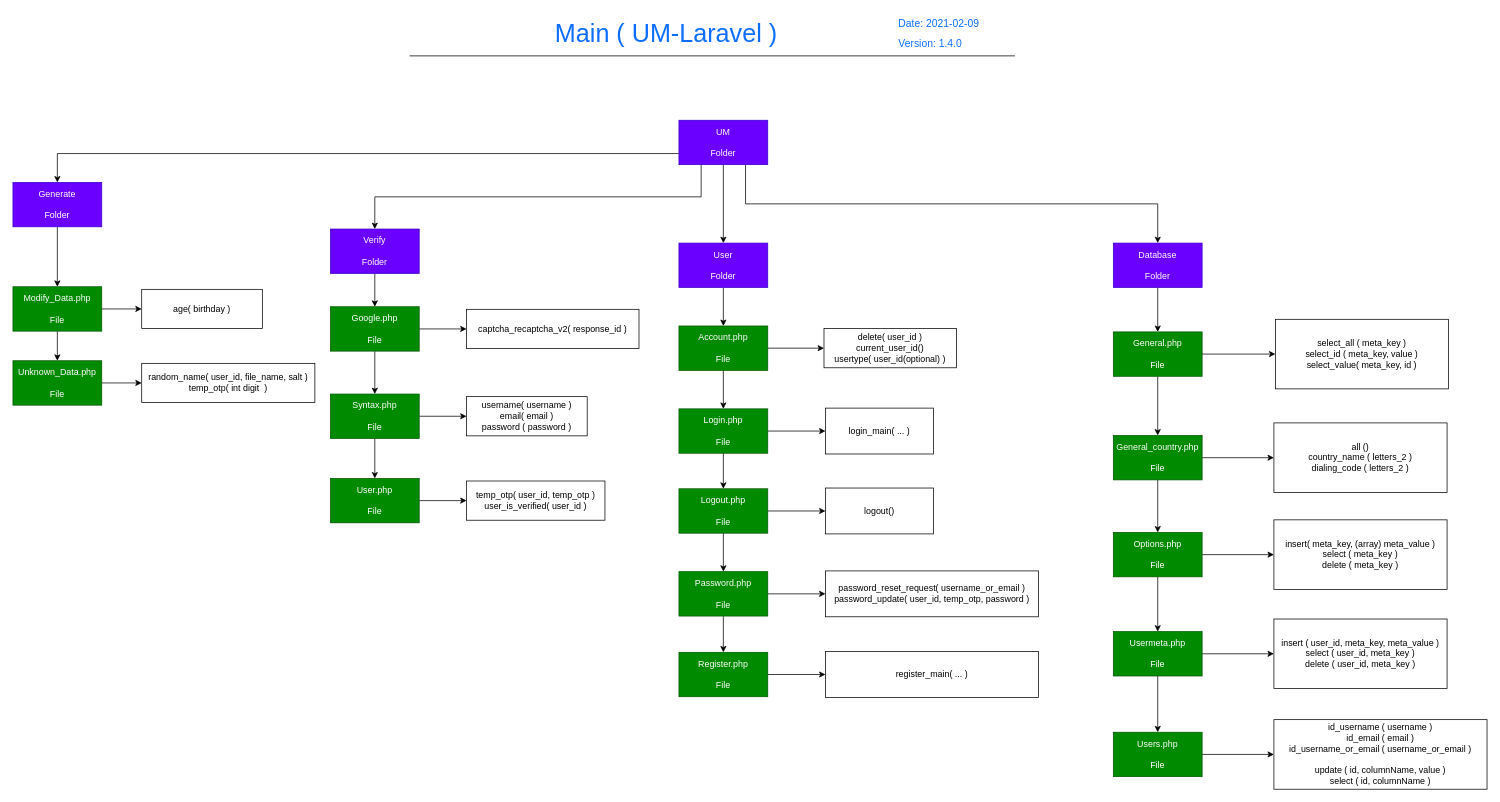
Above: page "Main" (1 of 2) of Docs/main.drawio in imithu/UM-Laravel (draw.io), before the change. Source tidied: cells renumbered, new cells numbered last; positions are measured from the earlier drawing's top-left corner, leaving out a move shared by most shapes. Both pictures are drawn from the tidied source at 74%, with x=0, y=0 at pixel (13, 13).
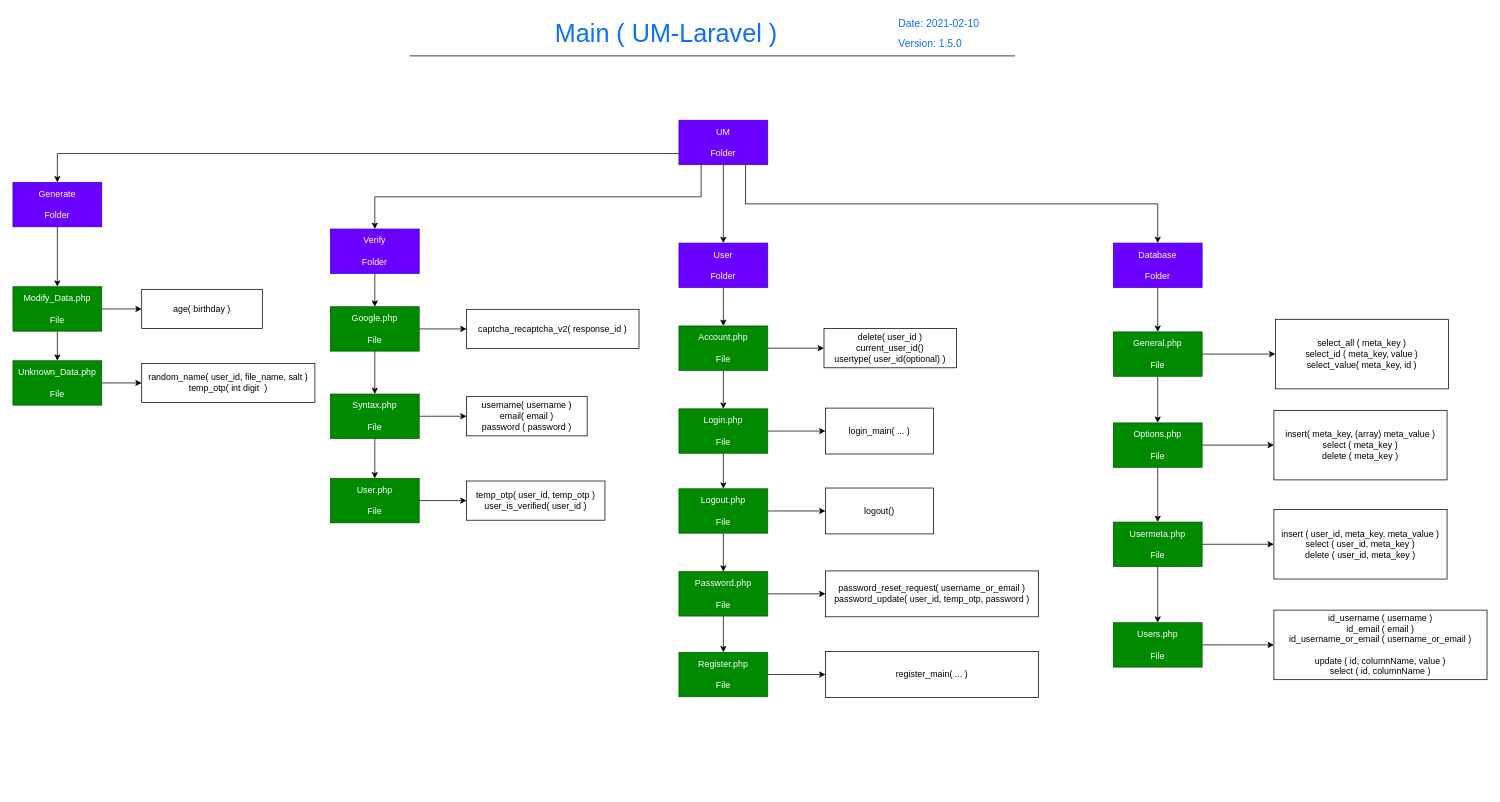
After the change.

Unchanged cells that the change refers to:
```xml
<mxCell id="2" style="group;fontSize=34;" parent="1" vertex="1">
  <mxGeometry x="536" width="818" height="58" as="geometry" />
</mxCell>
<mxCell id="15" value="General.php&lt;br&gt;&lt;br&gt;File" style="rounded=0;whiteSpace=wrap;html=1;fillColor=#008a00;strokeColor=#005700;fontColor=#ffffff;" parent="1" vertex="1">
  <mxGeometry x="1487" y="431" width="120" height="60" as="geometry" />
</mxCell>
```

Diff of the diagram source:
```diff
@@
-    <mxCell id="4" value="Date: 2021-02-09" style="text;html=1;strokeColor=none;fillColor=none;align=left;verticalAlign=middle;whiteSpace=wrap;labelBackgroundColor=none;fontSize=14;fontColor=#0d6efd;" parent="2" vertex="1">
+    <mxCell id="4" value="Date: 2021-02-10" style="text;html=1;strokeColor=none;fillColor=none;align=left;verticalAlign=middle;whiteSpace=wrap;labelBackgroundColor=none;fontSize=14;fontColor=#0d6efd;" parent="2" vertex="1">
       <mxGeometry x="659" y="1" width="147" height="25" as="geometry" />
     </mxCell>
@@
-    <mxCell id="6" value="Version: 1.4.0" style="text;html=1;strokeColor=none;fillColor=none;align=left;verticalAlign=middle;whiteSpace=wrap;labelBackgroundColor=none;fontSize=14;fontColor=#0d6efd;" parent="2" vertex="1">
+    <mxCell id="6" value="Version: 1.5.0" style="text;html=1;strokeColor=none;fillColor=none;align=left;verticalAlign=middle;whiteSpace=wrap;labelBackgroundColor=none;fontSize=14;fontColor=#0d6efd;" parent="2" vertex="1">
       <mxGeometry x="659" y="32" width="132" height="20" as="geometry" />
     </mxCell>
@@
-    <mxCell id="14" style="edgeStyle=orthogonalEdgeStyle;rounded=0;jettySize=auto;html=1;exitX=0.5;exitY=1;exitDx=0;exitDy=0;" parent="1" edge="1" source="15" target="20">
-      <mxGeometry relative="1" as="geometry" />
-    </mxCell>
+    <mxCell id="76" style="edgeStyle=orthogonalEdgeStyle;rounded=0;jettySize=auto;html=1;exitX=0.5;exitY=1;exitDx=0;exitDy=0;" parent="1" edge="1" source="15" target="24">
+      <mxGeometry relative="1" as="geometry" />
+    </mxCell>
@@
-    <mxCell id="18" style="edgeStyle=orthogonalEdgeStyle;rounded=0;jettySize=auto;html=1;exitX=1;exitY=0.5;exitDx=0;exitDy=0;" parent="1" edge="1" source="20" target="21">
-      <mxGeometry relative="1" as="geometry" />
-    </mxCell>
-    <mxCell id="19" style="edgeStyle=orthogonalEdgeStyle;rounded=0;jettySize=auto;html=1;exitX=0.5;exitY=1;exitDx=0;exitDy=0;" parent="1" edge="1" source="20" target="24">
-      <mxGeometry relative="1" as="geometry" />
-    </mxCell>
-    <mxCell id="20" value="General_country.php&lt;br&gt;&lt;br&gt;File" style="rounded=0;whiteSpace=wrap;html=1;fillColor=#008a00;strokeColor=#005700;fontColor=#ffffff;" parent="1" vertex="1">
-      <mxGeometry x="1487" y="571" width="120" height="60" as="geometry" />
-    </mxCell>
-    <mxCell id="21" value="all ()&lt;br&gt;country_name ( letters_2 )&lt;br&gt;dialing_code ( letters_2 )" style="rounded=0;whiteSpace=wrap;html=1;" parent="1" vertex="1">
-      <mxGeometry x="1704" y="554" width="234" height="94" as="geometry" />
-    </mxCell>
@@
     <mxCell id="24" value="Options.php&lt;br&gt;&lt;br&gt;File" style="rounded=0;whiteSpace=wrap;html=1;fillColor=#008a00;strokeColor=#005700;fontColor=#ffffff;" parent="1" vertex="1">
-      <mxGeometry x="1487" y="702" width="120" height="60" as="geometry" />
+      <mxGeometry x="1487" y="554" width="120" height="60" as="geometry" />
     </mxCell>
     <mxCell id="25" value="insert( meta_key, (array) meta_value )&lt;br&gt;select ( meta_key )&lt;br&gt;delete ( meta_key )" style="rounded=0;whiteSpace=wrap;html=1;" parent="1" vertex="1">
-      <mxGeometry x="1704" y="685" width="234" height="94" as="geometry" />
+      <mxGeometry x="1704" y="537" width="234" height="94" as="geometry" />
     </mxCell>
@@
     <mxCell id="28" value="Usermeta.php&lt;br&gt;&lt;br&gt;File" style="rounded=0;whiteSpace=wrap;html=1;fillColor=#008a00;strokeColor=#005700;fontColor=#ffffff;" parent="1" vertex="1">
-      <mxGeometry x="1487" y="836" width="120" height="60" as="geometry" />
+      <mxGeometry x="1487" y="688" width="120" height="60" as="geometry" />
     </mxCell>
     <mxCell id="29" value="insert ( user_id, meta_key, meta_value )&lt;br&gt;select ( user_id, meta_key )&lt;br&gt;delete ( user_id, meta_key )" style="rounded=0;whiteSpace=wrap;html=1;" parent="1" vertex="1">
-      <mxGeometry x="1704" y="819" width="234" height="94" as="geometry" />
+      <mxGeometry x="1704" y="671" width="234" height="94" as="geometry" />
     </mxCell>
@@
     <mxCell id="31" value="Users.php&lt;br&gt;&lt;br&gt;File" style="rounded=0;whiteSpace=wrap;html=1;fillColor=#008a00;strokeColor=#005700;fontColor=#ffffff;" parent="1" vertex="1">
-      <mxGeometry x="1487" y="972" width="120" height="60" as="geometry" />
+      <mxGeometry x="1487" y="824" width="120" height="60" as="geometry" />
     </mxCell>
     <mxCell id="32" value="id_username ( username )&lt;br&gt;id_email ( email )&lt;br&gt;id_username_or_email ( username_or_email )&lt;br&gt;&lt;br&gt;update ( id, columnName, value )&lt;br&gt;select ( id, columnName )" style="rounded=0;whiteSpace=wrap;html=1;" parent="1" vertex="1">
-      <mxGeometry x="1704" y="955" width="288" height="94" as="geometry" />
+      <mxGeometry x="1704" y="807" width="288" height="94" as="geometry" />
     </mxCell>
```
